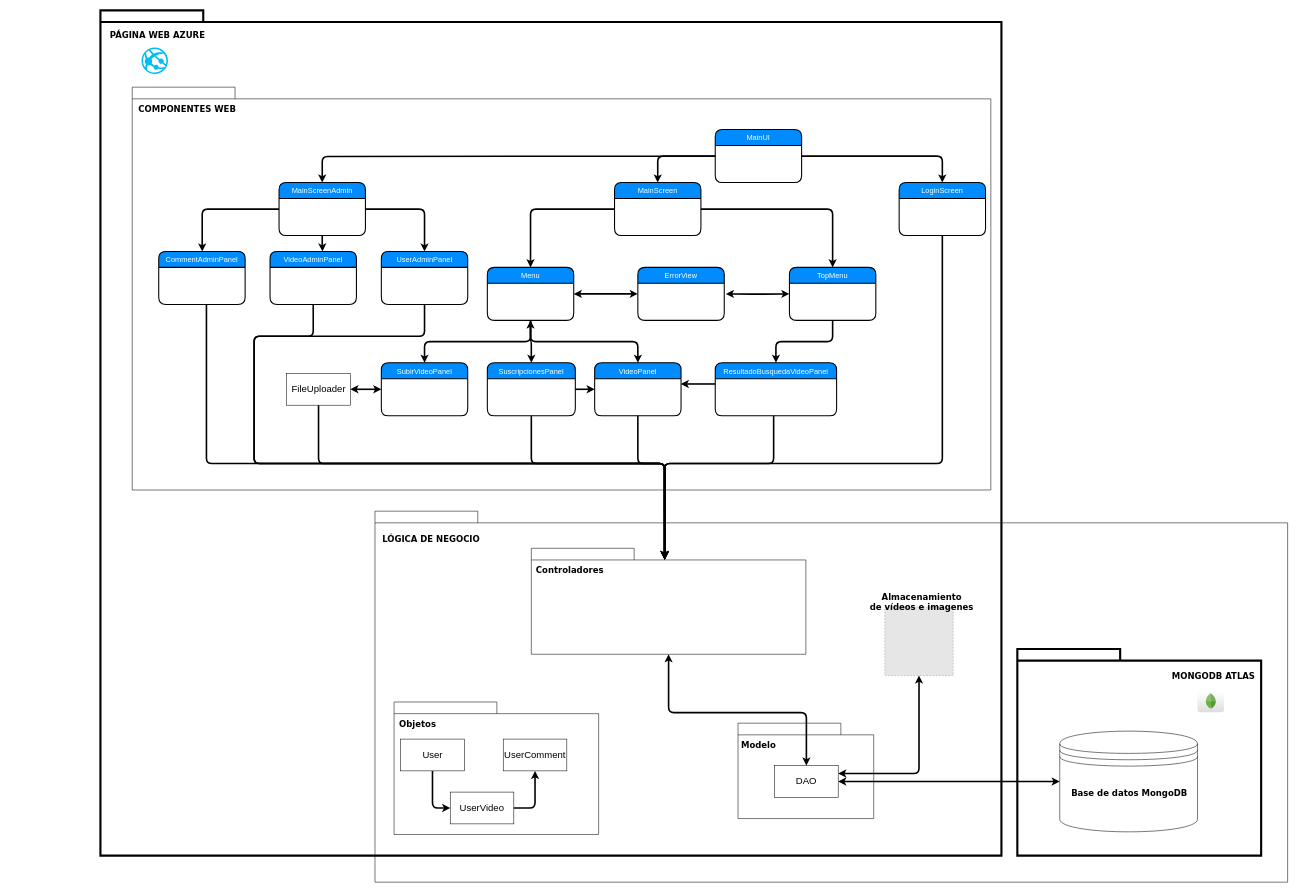
This is Proyecto/Documentacion/Diagrama Interaccion.drawio from Victor-martinelli/TADEPD, a draw.io file, before an edit. Source tidied: cells renumbered, new cells numbered last; positions are measured from the earlier drawing's top-left corner, leaving out a move shared by most shapes. Both pictures are drawn from the tidied source at 53%, with x=0, y=0 at pixel (100, 10). Pictures stored in the file or linked from it are replaced by grey dashed boxes.
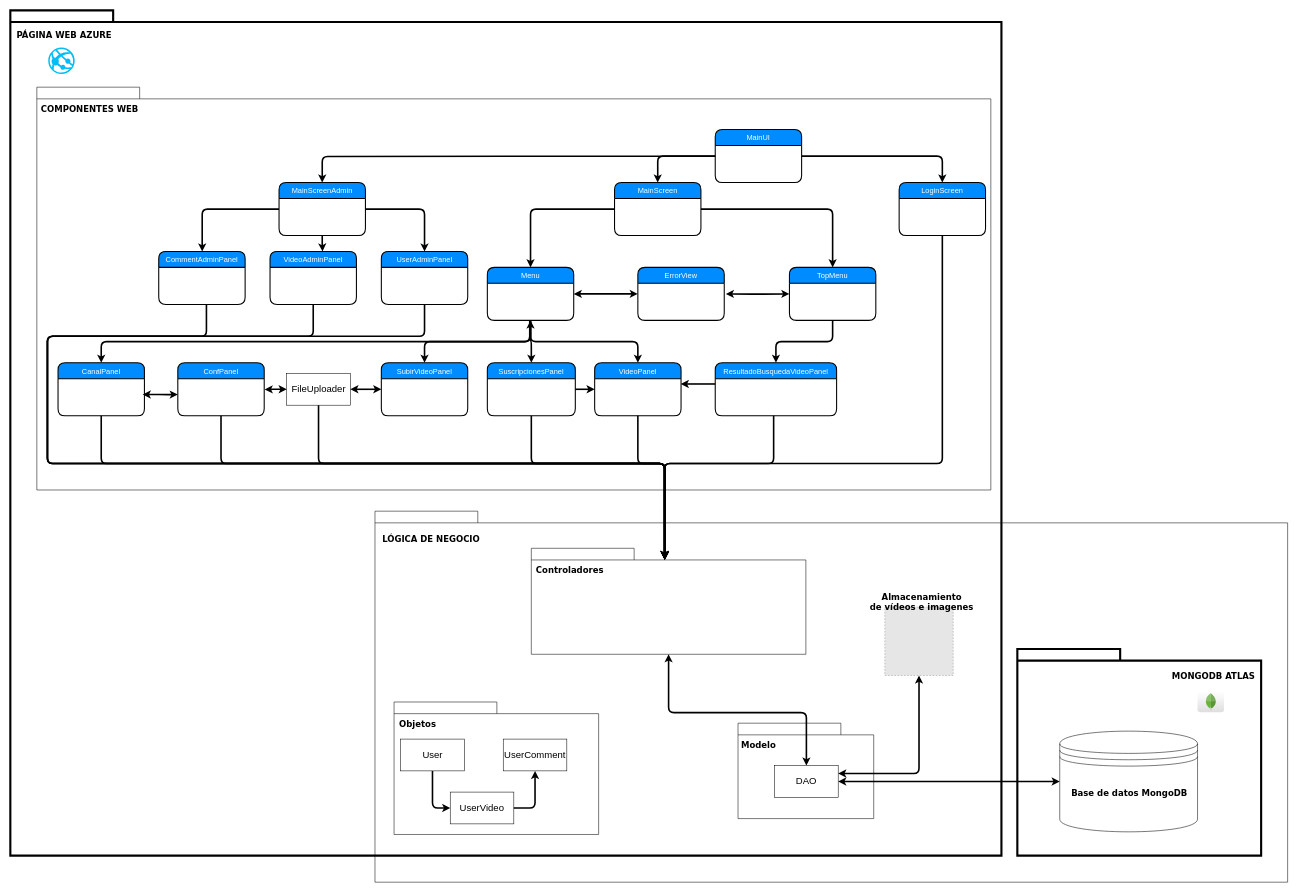
After the change.

The change refers to these unchanged cells:
```xml
<mxCell id="17" value="&lt;font style=&quot;font-size: 18px&quot;&gt;FileUploader&lt;/font&gt;" style="rounded=0;whiteSpace=wrap;html=1;" parent="1" vertex="1">
  <mxGeometry x="351.5" y="685" width="120" height="60" as="geometry" />
</mxCell>
<mxCell id="33" style="shape=folder;fontStyle=1;spacingTop=10;tabWidth=194;tabHeight=22;tabPosition=left;html=1;rounded=0;shadow=0;comic=0;labelBackgroundColor=none;strokeColor=#000000;strokeWidth=1;fillColor=none;fontFamily=Verdana;fontSize=10;fontColor=#000000;align=center;" parent="1" vertex="1">
  <mxGeometry x="813" y="1015" width="518" height="200" as="geometry" />
</mxCell>
<mxCell id="63" value="VideoAdminPanel" style="swimlane;horizontal=1;startSize=30;fillColor=#008cff;fontColor=#FFFFFF;rounded=1;fontSize=14;fontStyle=0;strokeWidth=2;shadow=0;dashed=0;align=center;" parent="1" vertex="1">
  <mxGeometry x="320" y="455" width="163" height="100" as="geometry" />
</mxCell>
<mxCell id="64" value="UserAdminPanel" style="swimlane;horizontal=1;startSize=30;fillColor=#008cff;fontColor=#FFFFFF;rounded=1;fontSize=14;fontStyle=0;strokeWidth=2;shadow=0;dashed=0;align=center;" parent="1" vertex="1">
  <mxGeometry x="530" y="455" width="163" height="100" as="geometry" />
</mxCell>
```

The edit, as a diff of the source:
```diff
@@
     <mxCell id="2" style="shape=folder;fontStyle=1;spacingTop=10;tabWidth=194;tabHeight=22;tabPosition=left;html=1;rounded=0;shadow=0;comic=0;labelBackgroundColor=none;strokeColor=#000000;strokeWidth=4;fillColor=none;fontFamily=Verdana;fontSize=10;fontColor=#000000;align=center;" parent="1" vertex="1">
-      <mxGeometry width="1700" height="1595" as="geometry" />
+      <mxGeometry x="-170" width="1870" height="1595" as="geometry" />
     </mxCell>
     <mxCell id="3" value="&lt;span style=&quot;font-size: 16px&quot;&gt;&lt;b&gt;PÁGINA WEB AZURE&lt;/b&gt;&lt;/span&gt;" style="text;html=1;align=left;verticalAlign=top;spacingTop=-4;fontSize=10;fontFamily=Verdana;fontColor=#000000;" parent="1" vertex="1">
-      <mxGeometry x="16" y="35" width="130" height="20" as="geometry" />
+      <mxGeometry x="-160" y="35" width="130" height="20" as="geometry" />
     </mxCell>
     <mxCell id="4" style="verticalLabelPosition=bottom;html=1;verticalAlign=top;align=center;strokeColor=none;fillColor=#00BEF2;shape=mxgraph.azure.azure_website;" parent="1" vertex="1">
-      <mxGeometry x="77.5" y="70" width="50" height="50" as="geometry" />
+      <mxGeometry x="-98.5" y="70" width="50" height="50" as="geometry" />
     </mxCell>
     <mxCell id="5" style="shape=folder;fontStyle=1;spacingTop=10;tabWidth=194;tabHeight=22;tabPosition=left;html=1;rounded=0;shadow=0;comic=0;labelBackgroundColor=none;strokeColor=#000000;strokeWidth=1;fillColor=none;fontFamily=Verdana;fontSize=10;fontColor=#000000;align=center;" parent="1" vertex="1">
-      <mxGeometry x="60" y="145" width="1620" height="760" as="geometry" />
+      <mxGeometry x="-120" y="145" width="1800" height="760" as="geometry" />
     </mxCell>
@@
     <mxCell id="30" value="&lt;b style=&quot;font-size: 16px&quot;&gt;COMPONENTES WEB&lt;/b&gt;" style="text;html=1;align=left;verticalAlign=top;spacingTop=-4;fontSize=10;fontFamily=Verdana;fontColor=#000000;" parent="1" vertex="1">
-      <mxGeometry x="70" y="175" width="130" height="20" as="geometry" />
+      <mxGeometry x="-114" y="175" width="130" height="20" as="geometry" />
     </mxCell>
@@
     <mxCell id="68" style="edgeStyle=orthogonalEdgeStyle;jettySize=auto;html=1;rounded=1;strokeWidth=3;entryX=0.486;entryY=0.105;entryDx=0;entryDy=0;entryPerimeter=0;" parent="1" edge="1" target="33">
       <mxGeometry relative="1" as="geometry">
         <mxPoint x="200" y="555" as="sourcePoint" />
         <Array as="points">
-          <mxPoint x="200" y="855" />
-          <mxPoint x="1065" y="855" />
+          <mxPoint x="200" y="615" />
+          <mxPoint x="-100" y="615" />
+          <mxPoint x="-100" y="855" />
+          <mxPoint x="1064" y="855" />
+          <mxPoint x="1064" y="1036" />
         </Array>
       </mxGeometry>
     </mxCell>
     <mxCell id="69" style="edgeStyle=orthogonalEdgeStyle;jettySize=auto;html=1;rounded=1;strokeWidth=3;entryX=0.485;entryY=0.102;entryDx=0;entryDy=0;entryPerimeter=0;exitX=0.5;exitY=1;exitDx=0;exitDy=0;" parent="1" edge="1" source="63" target="33">
       <mxGeometry relative="1" as="geometry">
         <Array as="points">
           <mxPoint x="402" y="615" />
-          <mxPoint x="290" y="615" />
-          <mxPoint x="290" y="855" />
+          <mxPoint x="-100" y="615" />
+          <mxPoint x="-100" y="855" />
           <mxPoint x="1064" y="855" />
         </Array>
       </mxGeometry>
     </mxCell>
     <mxCell id="70" style="edgeStyle=orthogonalEdgeStyle;jettySize=auto;html=1;rounded=1;strokeWidth=3;entryX=0.486;entryY=0.108;entryDx=0;entryDy=0;entryPerimeter=0;exitX=0.5;exitY=1;exitDx=0;exitDy=0;" parent="1" edge="1" source="64" target="33">
       <mxGeometry relative="1" as="geometry">
         <Array as="points">
           <mxPoint x="612" y="615" />
-          <mxPoint x="290" y="615" />
-          <mxPoint x="290" y="855" />
-          <mxPoint x="1065" y="855" />
+          <mxPoint x="-100" y="615" />
+          <mxPoint x="-100" y="855" />
+          <mxPoint x="1064" y="855" />
+          <mxPoint x="1064" y="1037" />
         </Array>
       </mxGeometry>
     </mxCell>
+    <mxCell id="71" value="ConfPanel" style="swimlane;horizontal=1;startSize=30;fillColor=#008cff;fontColor=#FFFFFF;rounded=1;fontSize=14;fontStyle=0;strokeWidth=2;shadow=0;dashed=0;align=center;" parent="1" vertex="1">
+      <mxGeometry x="146" y="665" width="163" height="100" as="geometry" />
+    </mxCell>
+    <mxCell id="72" value="CanalPanel" style="swimlane;horizontal=1;startSize=30;fillColor=#008cff;fontColor=#FFFFFF;rounded=1;fontSize=14;fontStyle=0;strokeWidth=2;shadow=0;dashed=0;align=center;" parent="1" vertex="1">
+      <mxGeometry x="-80" y="665" width="163" height="100" as="geometry" />
+    </mxCell>
+    <mxCell id="73" style="edgeStyle=orthogonalEdgeStyle;jettySize=auto;html=1;rounded=1;strokeWidth=3;entryX=0.5;entryY=0;entryDx=0;entryDy=0;" parent="1" edge="1" target="72">
+      <mxGeometry relative="1" as="geometry">
+        <mxPoint x="810" y="585" as="sourcePoint" />
+        <Array as="points">
+          <mxPoint x="810" y="625" />
+          <mxPoint x="2" y="625" />
+        </Array>
+      </mxGeometry>
+    </mxCell>
+    <mxCell id="74" style="edgeStyle=orthogonalEdgeStyle;orthogonalLoop=1;jettySize=auto;html=1;rounded=1;strokeWidth=3;entryX=1;entryY=0.5;entryDx=0;entryDy=0;startArrow=classic;startFill=1;" parent="1" edge="1">
+      <mxGeometry relative="1" as="geometry">
+        <mxPoint x="146" y="725" as="sourcePoint" />
+        <mxPoint x="79.8" y="724.8" as="targetPoint" />
+        <Array as="points">
+          <mxPoint x="120" y="725" />
+        </Array>
+      </mxGeometry>
+    </mxCell>
+    <mxCell id="75" style="edgeStyle=orthogonalEdgeStyle;jettySize=auto;html=1;rounded=1;strokeWidth=3;entryX=1;entryY=0.5;entryDx=0;entryDy=0;startArrow=classic;startFill=1;" parent="1" edge="1" source="17">
+      <mxGeometry relative="1" as="geometry">
+        <mxPoint x="309.8" y="715.3" as="targetPoint" />
+      </mxGeometry>
+    </mxCell>
+    <mxCell id="76" style="edgeStyle=orthogonalEdgeStyle;jettySize=auto;html=1;rounded=1;strokeWidth=3;exitX=0.5;exitY=1;exitDx=0;exitDy=0;entryX=0.487;entryY=0.108;entryDx=0;entryDy=0;entryPerimeter=0;" parent="1" edge="1" source="72" target="33">
+      <mxGeometry relative="1" as="geometry">
+        <Array as="points">
+          <mxPoint x="1" y="855" />
+          <mxPoint x="1065" y="855" />
+        </Array>
+      </mxGeometry>
+    </mxCell>
+    <mxCell id="77" style="edgeStyle=orthogonalEdgeStyle;jettySize=auto;html=1;rounded=1;strokeWidth=3;exitX=0.5;exitY=1;exitDx=0;exitDy=0;entryX=0.486;entryY=0.107;entryDx=0;entryDy=0;entryPerimeter=0;" parent="1" edge="1" source="71" target="33">
+      <mxGeometry relative="1" as="geometry">
+        <Array as="points">
+          <mxPoint x="228" y="855" />
+          <mxPoint x="1065" y="855" />
+        </Array>
+      </mxGeometry>
+    </mxCell>
```
